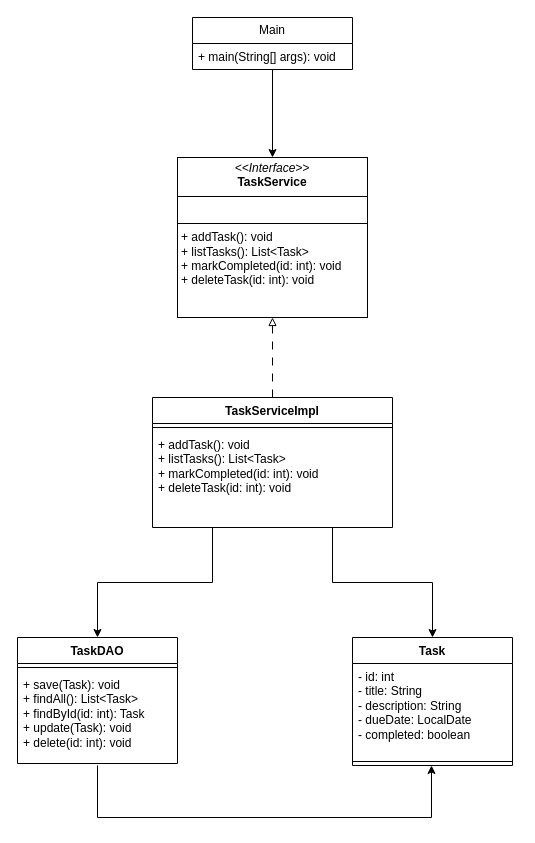
Earlier version of the draw.io diagram diagrams/TaskManagerClassDiagram.drawio (Josephj9720/task-manager-console). Source tidied: cells renumbered, new cells numbered last; positions are measured from the earlier drawing's top-left corner, leaving out a move shared by most shapes. Both pictures are drawn from the tidied source at 100%, with x=0, y=0 at pixel (17, 17).
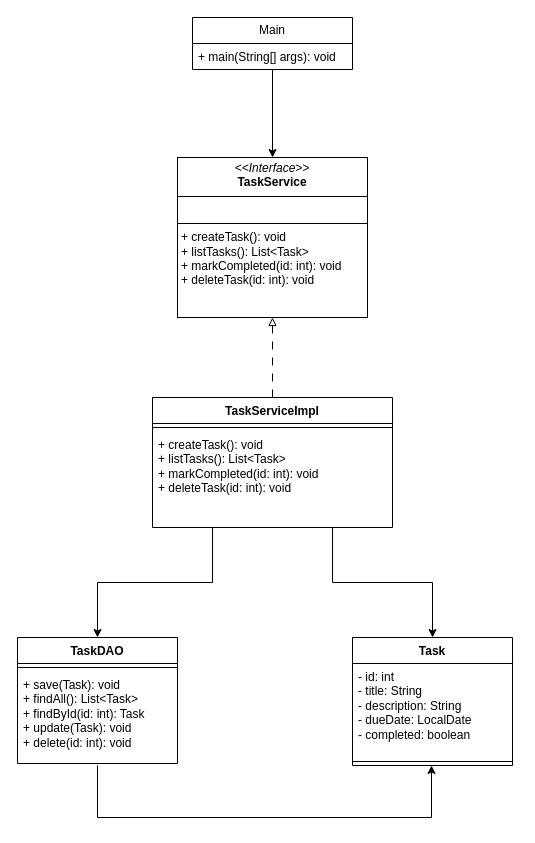
The same page after the edit.

Commit message (it also covers changes not shown here):
renamed methods in the class diagram for the TaskService

Unchanged cells that the change refers to:
```xml
<mxCell id="2" style="group;" parent="1" vertex="1">
  <mxGeometry width="500" height="800" as="geometry" />
</mxCell>
<mxCell id="14" value="TaskServiceImpl" style="swimlane;fontStyle=1;align=center;verticalAlign=top;horizontal=1;startSize=26;whiteSpace=wrap;html=1;" parent="2" vertex="1">
  <mxGeometry x="135" y="380" width="240" height="130" as="geometry" />
</mxCell>
```

The edit, as a diff of the source:
```diff
@@
-    <mxCell id="10" value="&lt;p style=&quot;margin:0px;margin-top:4px;text-align:center;&quot;&gt;&lt;i&gt;&amp;lt;&amp;lt;Interface&amp;gt;&amp;gt;&lt;/i&gt;&lt;br&gt;&lt;b&gt;TaskService&lt;/b&gt;&lt;/p&gt;&lt;hr size=&quot;1&quot; style=&quot;border-style:solid;&quot;&gt;&lt;p style=&quot;margin:0px;margin-left:4px;&quot;&gt;&lt;br&gt;&lt;/p&gt;&lt;hr size=&quot;1&quot; style=&quot;border-style:solid;&quot;&gt;&lt;p style=&quot;margin:0px;margin-left:4px;&quot;&gt;+ addTask(): void&lt;/p&gt;&lt;p style=&quot;margin:0px;margin-left:4px;&quot;&gt;+ listTasks(): List&amp;lt;Task&amp;gt;&lt;/p&gt;&lt;p style=&quot;margin:0px;margin-left:4px;&quot;&gt;+ markCompleted(id: int): void&lt;/p&gt;&lt;p style=&quot;margin:0px;margin-left:4px;&quot;&gt;+ deleteTask(id: int): void&lt;/p&gt;" style="verticalAlign=top;align=left;overflow=fill;html=1;whiteSpace=wrap;" parent="2" vertex="1">
+    <mxCell id="10" value="&lt;p style=&quot;margin:0px;margin-top:4px;text-align:center;&quot;&gt;&lt;i&gt;&amp;lt;&amp;lt;Interface&amp;gt;&amp;gt;&lt;/i&gt;&lt;br&gt;&lt;b&gt;TaskService&lt;/b&gt;&lt;/p&gt;&lt;hr size=&quot;1&quot; style=&quot;border-style:solid;&quot;&gt;&lt;p style=&quot;margin:0px;margin-left:4px;&quot;&gt;&lt;br&gt;&lt;/p&gt;&lt;hr size=&quot;1&quot; style=&quot;border-style:solid;&quot;&gt;&lt;p style=&quot;margin:0px;margin-left:4px;&quot;&gt;+ createTask(): void&lt;/p&gt;&lt;p style=&quot;margin:0px;margin-left:4px;&quot;&gt;+ listTasks(): List&amp;lt;Task&amp;gt;&lt;/p&gt;&lt;p style=&quot;margin:0px;margin-left:4px;&quot;&gt;+ markCompleted(id: int): void&lt;/p&gt;&lt;p style=&quot;margin:0px;margin-left:4px;&quot;&gt;+ deleteTask(id: int): void&lt;/p&gt;" style="verticalAlign=top;align=left;overflow=fill;html=1;whiteSpace=wrap;" parent="2" vertex="1">
       <mxGeometry x="160" y="140" width="190" height="160" as="geometry" />
     </mxCell>
@@
-    <mxCell id="16" value="&lt;div&gt;+ addTask(): void&lt;/div&gt;&lt;div&gt;+ listTasks(): List&amp;lt;Task&amp;gt;&lt;/div&gt;&lt;div&gt;+ markCompleted(id: int): void&lt;/div&gt;&lt;div&gt;+ deleteTask(id: int): void&lt;/div&gt;" style="text;strokeColor=none;fillColor=none;align=left;verticalAlign=top;spacingLeft=4;spacingRight=4;overflow=hidden;whiteSpace=wrap;html=1;" parent="14" vertex="1">
+    <mxCell id="16" value="&lt;div&gt;+ createTask(): void&lt;/div&gt;&lt;div&gt;+ listTasks(): List&amp;lt;Task&amp;gt;&lt;/div&gt;&lt;div&gt;+ markCompleted(id: int): void&lt;/div&gt;&lt;div&gt;+ deleteTask(id: int): void&lt;/div&gt;" style="text;strokeColor=none;fillColor=none;align=left;verticalAlign=top;spacingLeft=4;spacingRight=4;overflow=hidden;whiteSpace=wrap;html=1;" parent="14" vertex="1">
       <mxGeometry y="34" width="240" height="96" as="geometry" />
     </mxCell>
```
